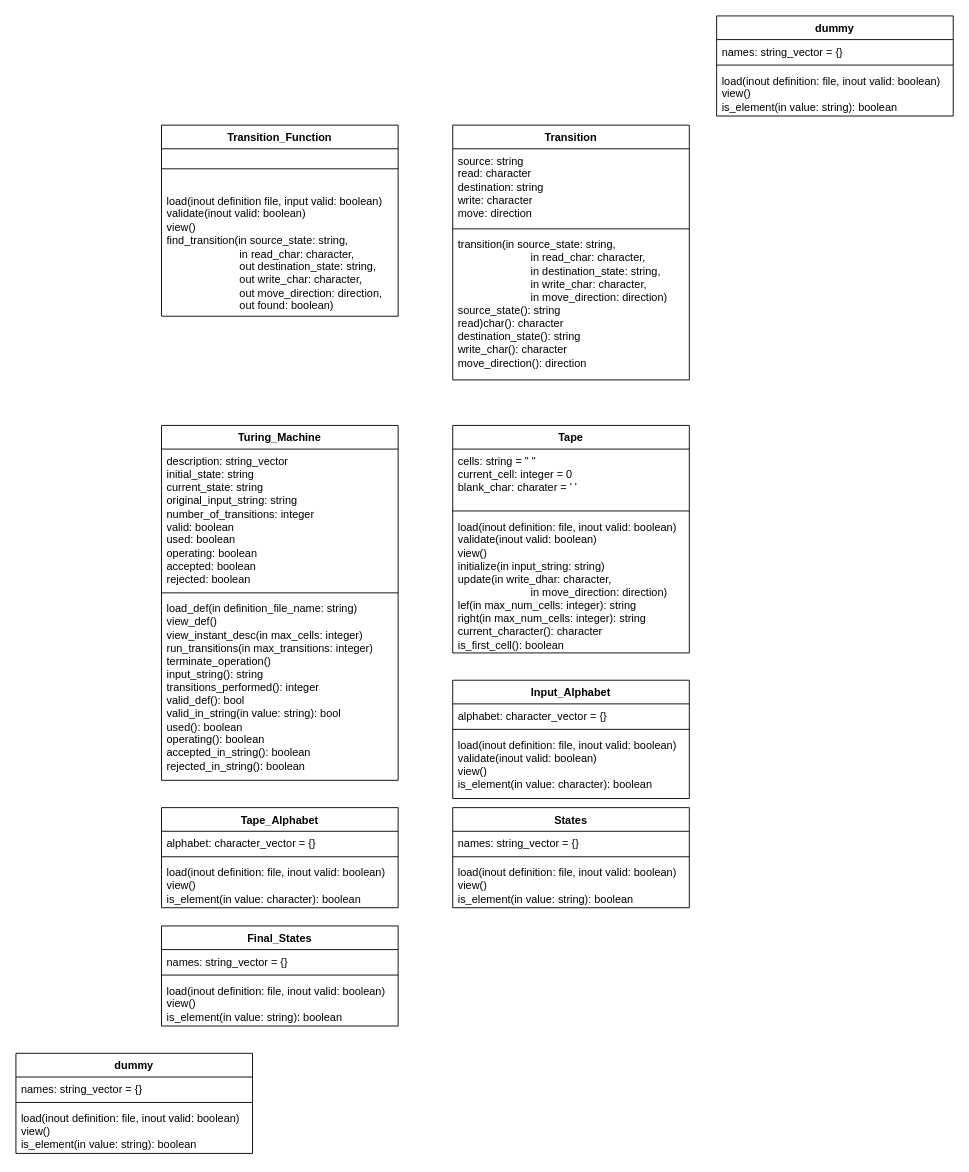
The draw.io diagram TransitionFunction.drawio in IgorBCode/cv, before the edit. Source tidied: cells renumbered, new cells numbered last; positions are measured from the earlier drawing's top-left corner, leaving out a move shared by most shapes. Both pictures are drawn from the tidied source at 91%, with x=0, y=0 at pixel (15, 15).
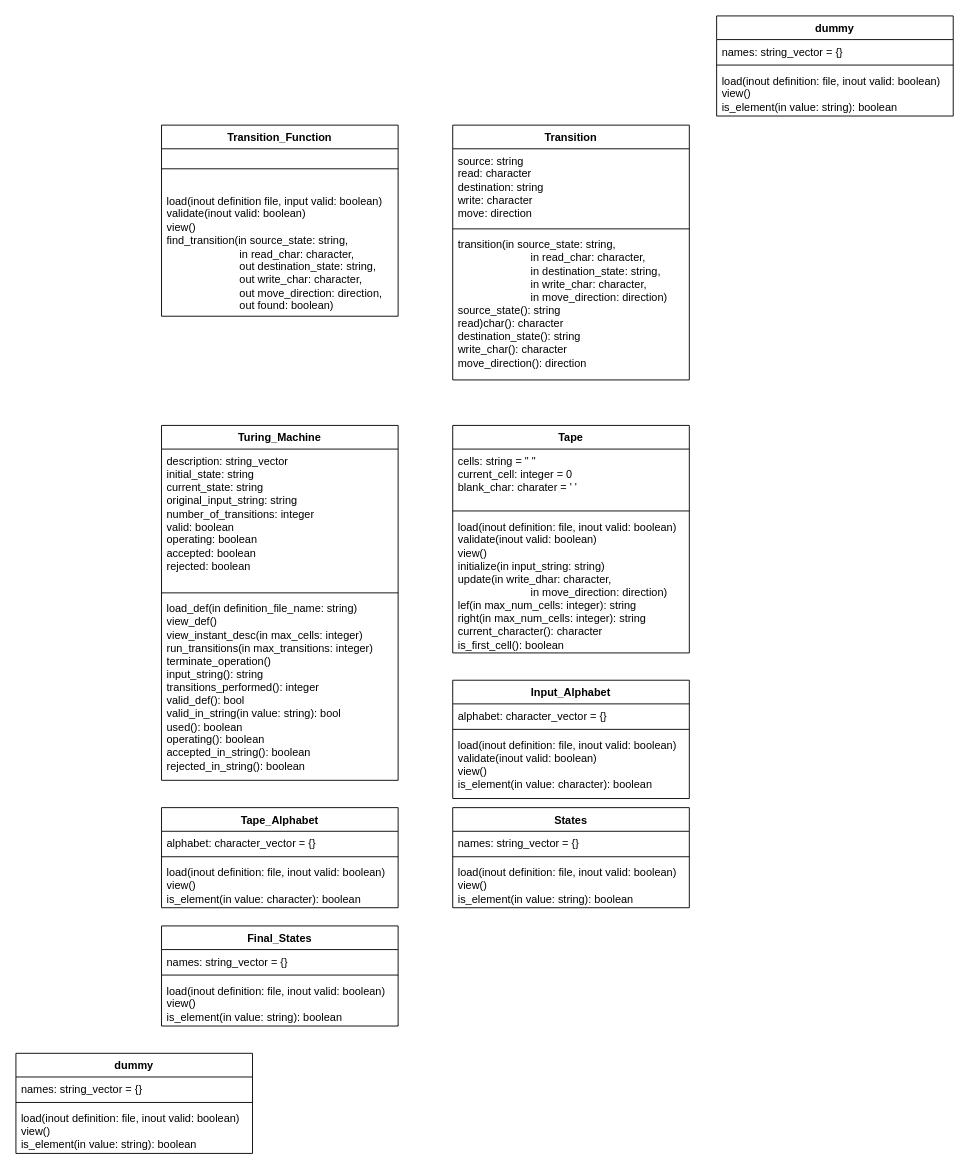
The same diagram, later.

The change refers to these unchanged cells:
```xml
<mxCell id="9" value="Turing_Machine" style="swimlane;fontStyle=1;align=center;verticalAlign=top;horizontal=1;startSize=26;whiteSpace=wrap;html=1;" parent="1" vertex="1">
  <mxGeometry x="160" y="450" width="260" height="390" as="geometry" />
</mxCell>
```

Change to the diagram source:
```diff
@@
-    <mxCell id="10" value="&lt;div&gt;description: string_vector&lt;/div&gt;&lt;div&gt;initial_state: string&lt;/div&gt;&lt;div&gt;current_state: string&lt;/div&gt;&lt;div&gt;original_input_string: string&lt;/div&gt;&lt;div&gt;number_of_transitions: integer&lt;/div&gt;&lt;div&gt;valid: boolean&lt;/div&gt;&lt;div&gt;used: boolean&lt;/div&gt;&lt;div&gt;operating: boolean&lt;/div&gt;&lt;div&gt;accepted: boolean&lt;/div&gt;&lt;div&gt;rejected: boolean&lt;br&gt;&lt;/div&gt;" style="text;strokeColor=none;fillColor=none;align=left;verticalAlign=top;spacingLeft=4;spacingRight=4;overflow=hidden;whiteSpace=wrap;html=1;" parent="9" vertex="1">
+    <mxCell id="10" value="&lt;div&gt;description: string_vector&lt;/div&gt;&lt;div&gt;initial_state: string&lt;/div&gt;&lt;div&gt;current_state: string&lt;/div&gt;&lt;div&gt;original_input_string: string&lt;/div&gt;&lt;div&gt;number_of_transitions: integer&lt;/div&gt;&lt;div&gt;valid: boolean&lt;/div&gt;&lt;div&gt;operating: boolean&lt;/div&gt;&lt;div&gt;accepted: boolean&lt;/div&gt;&lt;div&gt;rejected: boolean&lt;br&gt;&lt;/div&gt;" style="text;strokeColor=none;fillColor=none;align=left;verticalAlign=top;spacingLeft=4;spacingRight=4;overflow=hidden;whiteSpace=wrap;html=1;" parent="9" vertex="1">
       <mxGeometry y="26" width="260" height="154" as="geometry" />
     </mxCell>
```
